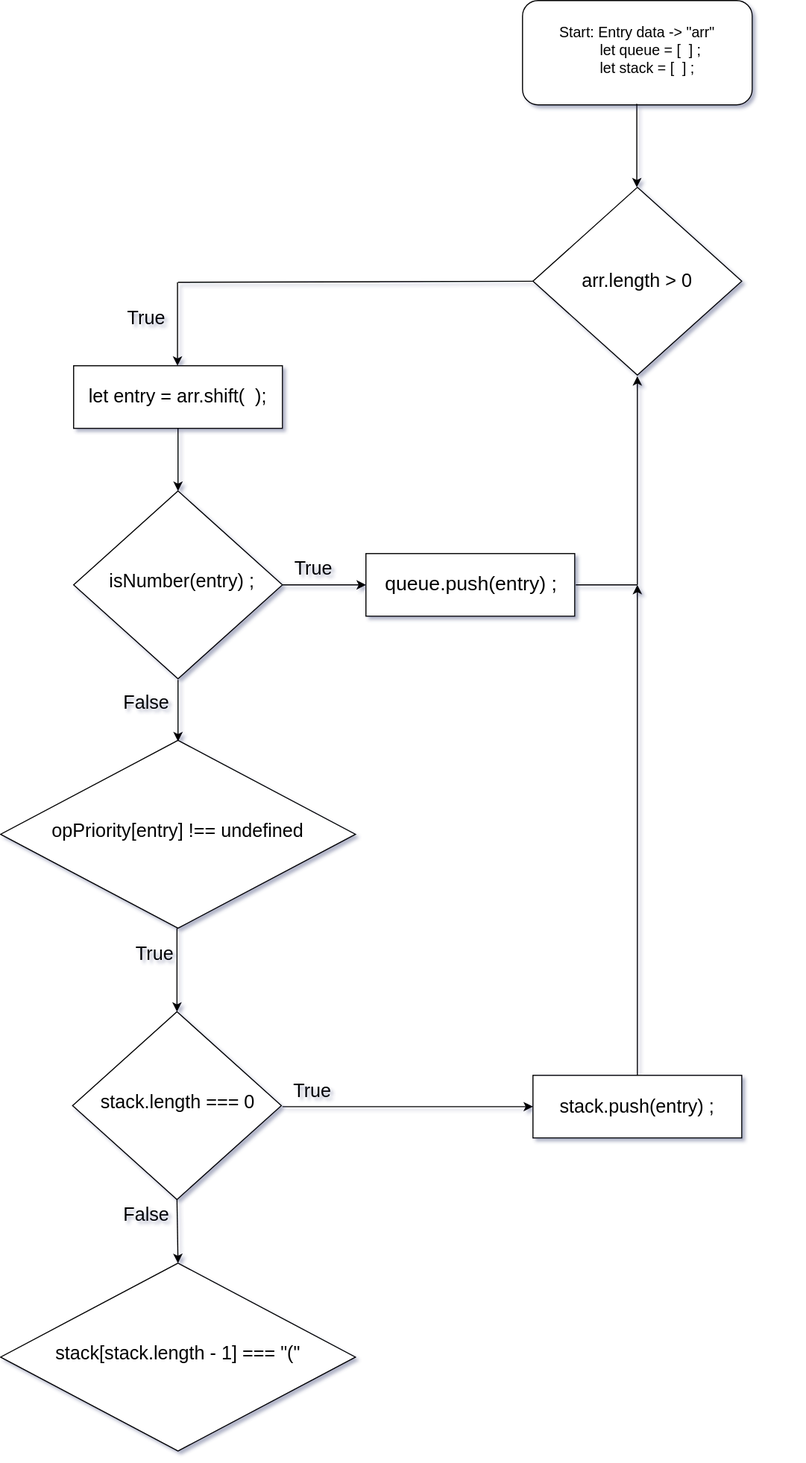
This is Untitled Diagram.drawio.svg from jcgm3205/jcgm3205, a draw.io export, as it was before one commit. Source tidied: cells renumbered, new cells last; positions are measured from the earlier drawing's top-left corner, leaving out a move shared by most shapes.
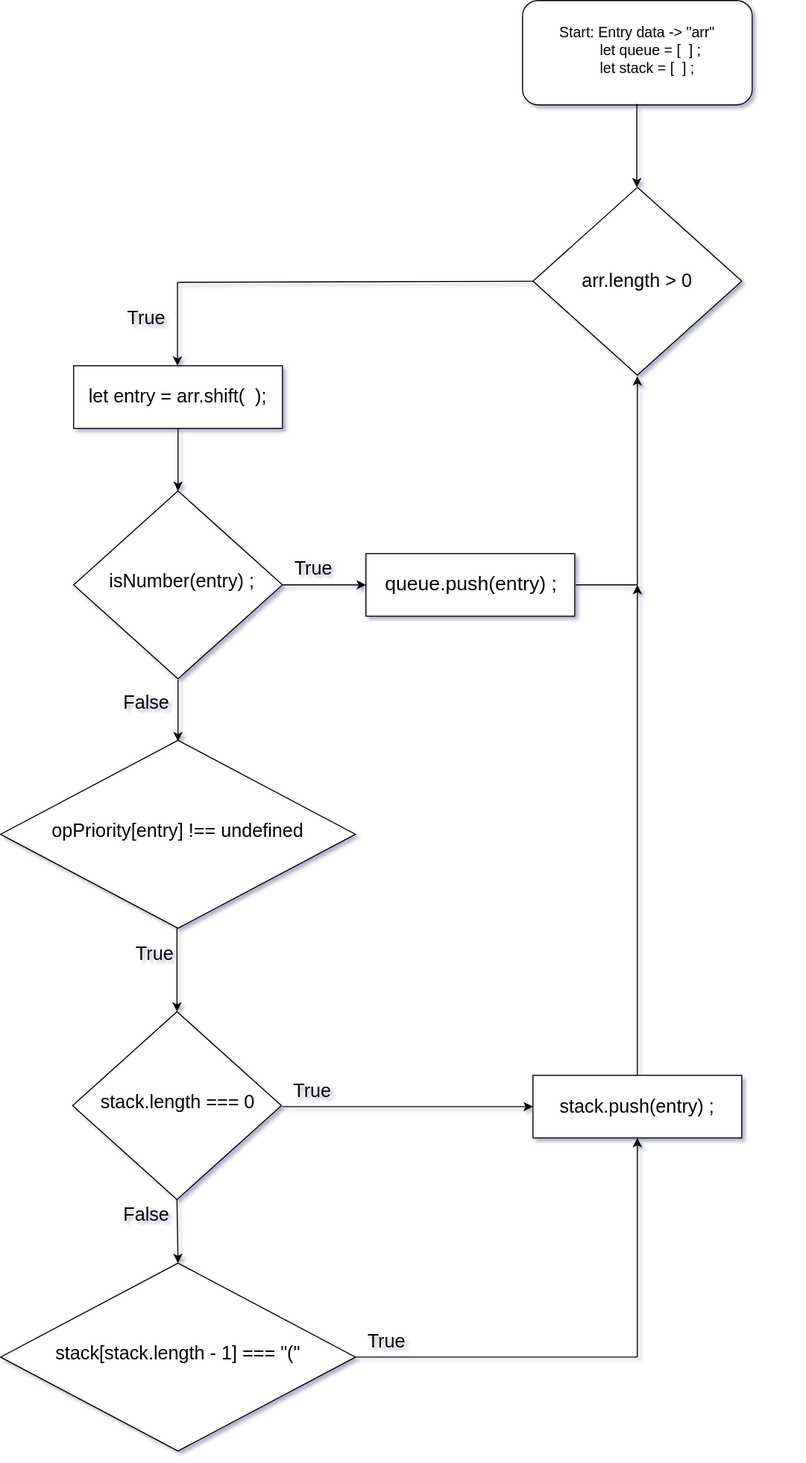
Above is the later version.

Change to the diagram source:
```diff
@@ -142,5 +142,20 @@
     <mxCell id="37" value="stack[stack.length - 1] === &quot;(&quot;" style="text;whiteSpace=wrap;html=1;fontSize=18;" parent="1" vertex="1">
       <mxGeometry x="51" y="1280" width="238" height="50" as="geometry" />
     </mxCell>
+    <mxCell id="38" style="endArrow=classic;html=1;rounded=0;fontSize=18;" parent="1" edge="1">
+      <mxGeometry relative="1" as="geometry">
+        <mxPoint x="610" y="1300" as="sourcePoint" />
+        <mxPoint x="610" y="1090" as="targetPoint" />
+      </mxGeometry>
+    </mxCell>
+    <mxCell id="39" style="endArrow=none;html=1;rounded=0;fontSize=18;" parent="1" edge="1">
+      <mxGeometry relative="1" as="geometry">
+        <mxPoint x="340" y="1300" as="sourcePoint" />
+        <mxPoint x="610" y="1300" as="targetPoint" />
+      </mxGeometry>
+    </mxCell>
+    <mxCell id="40" value="True" style="text;html=1;strokeColor=none;fillColor=none;align=center;verticalAlign=middle;whiteSpace=wrap;rounded=0;fontSize=18;" parent="1" vertex="1">
+      <mxGeometry x="340" y="1270" width="60" height="30" as="geometry" />
+    </mxCell>
   </root>
 </mxGraphModel>
```
